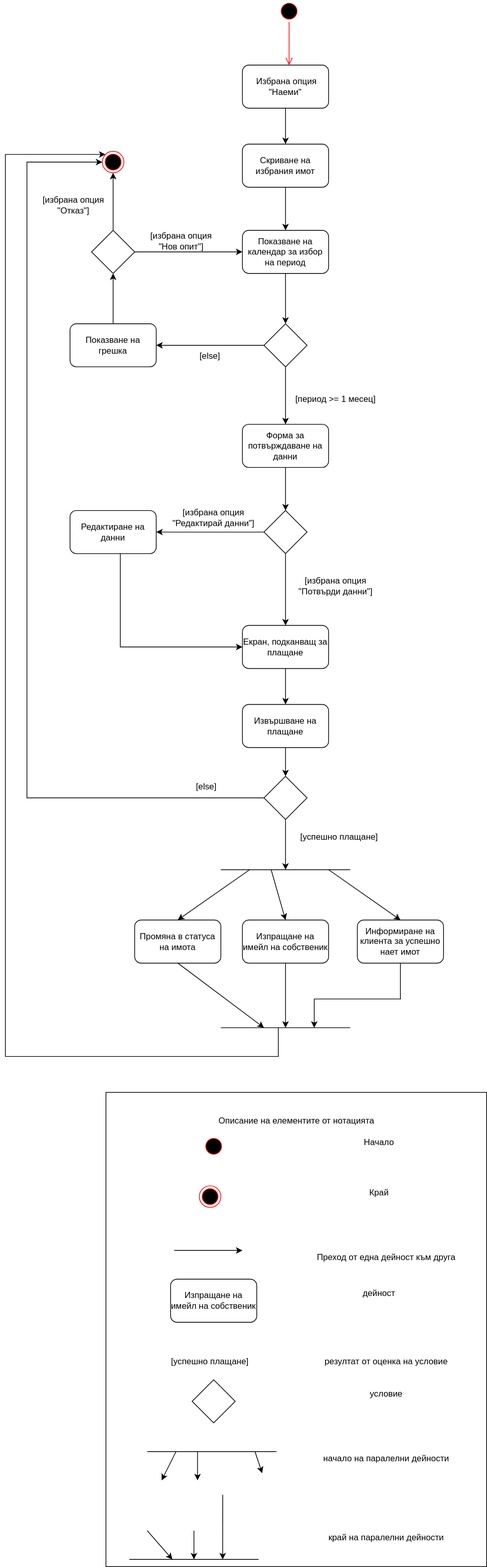
SimeonHristov99/FMI_Graduation_Exams_Information_Systems keeps this draw.io diagram as 2019_July/task6_b.svg. Above is the earlier version. Source tidied: cells renumbered, new cells last; positions are measured from the earlier drawing's top-left corner, leaving out a move shared by most shapes.
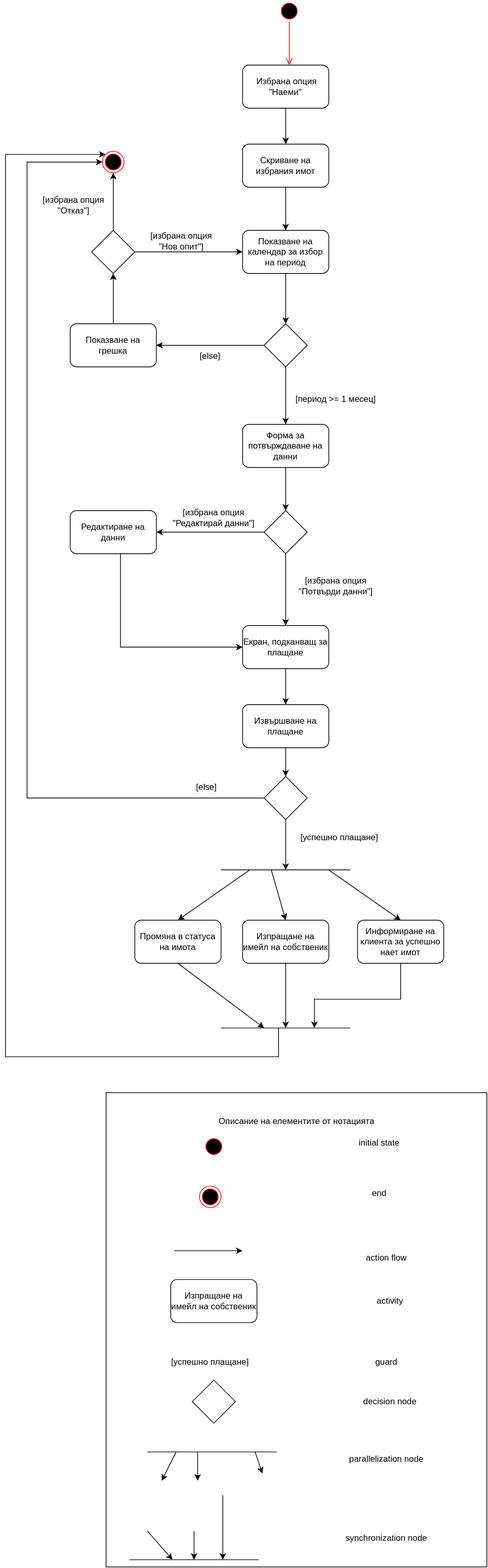
The same diagram one commit later.

Commit message:
Correct based on feedback.

Change to the diagram source:
```diff
@@ -208,13 +208,13 @@
     <mxCell id="55" style="ellipse;html=1;shape=startState;fillColor=#000000;strokeColor=#ff0000;" parent="1" vertex="1">
       <mxGeometry x="275" y="1580" width="30" height="30" as="geometry" />
     </mxCell>
-    <mxCell id="56" value="Начало" style="text;html=1;align=center;verticalAlign=middle;strokeColor=none;fillColor=none;" parent="1" vertex="1">
-      <mxGeometry x="490" y="1580" width="60" height="20" as="geometry" />
+    <mxCell id="56" value="initial state" style="text;html=1;align=center;verticalAlign=middle;strokeColor=none;fillColor=none;" parent="1" vertex="1">
+      <mxGeometry x="485" y="1580" width="70" height="20" as="geometry" />
     </mxCell>
     <mxCell id="57" style="ellipse;html=1;shape=endState;fillColor=#000000;strokeColor=#ff0000;" parent="1" vertex="1">
       <mxGeometry x="270" y="1650" width="30" height="30" as="geometry" />
     </mxCell>
-    <mxCell id="58" value="Край" style="text;html=1;align=center;verticalAlign=middle;strokeColor=none;fillColor=none;" parent="1" vertex="1">
+    <mxCell id="58" value="end" style="text;html=1;align=center;verticalAlign=middle;strokeColor=none;fillColor=none;" parent="1" vertex="1">
       <mxGeometry x="500" y="1650" width="40" height="20" as="geometry" />
     </mxCell>
     <mxCell id="59" style="endArrow=classic;html=1;rounded=0;" parent="1" edge="1">
@@ -223,20 +223,20 @@
         <mxPoint x="330" y="1740" as="targetPoint" />
       </mxGeometry>
     </mxCell>
-    <mxCell id="60" value="Преход от една дейност към друга" style="text;html=1;align=center;verticalAlign=middle;strokeColor=none;fillColor=none;" parent="1" vertex="1">
-      <mxGeometry x="425" y="1740" width="210" height="20" as="geometry" />
+    <mxCell id="60" value="action flow" style="text;html=1;align=center;verticalAlign=middle;strokeColor=none;fillColor=none;" parent="1" vertex="1">
+      <mxGeometry x="495" y="1740" width="70" height="20" as="geometry" />
     </mxCell>
     <mxCell id="61" value="Изпращане на имейл на собственик" style="rounded=1;whiteSpace=wrap;html=1;" parent="1" vertex="1">
       <mxGeometry x="230" y="1780" width="120" height="60" as="geometry" />
     </mxCell>
-    <mxCell id="62" value="дейност" style="text;html=1;align=center;verticalAlign=middle;strokeColor=none;fillColor=none;" parent="1" vertex="1">
-      <mxGeometry x="490" y="1790" width="60" height="20" as="geometry" />
+    <mxCell id="62" value="activity" style="text;html=1;align=center;verticalAlign=middle;strokeColor=none;fillColor=none;" parent="1" vertex="1">
+      <mxGeometry x="510" y="1800" width="50" height="20" as="geometry" />
     </mxCell>
     <mxCell id="63" style="rhombus;whiteSpace=wrap;html=1;" parent="1" vertex="1">
       <mxGeometry x="260" y="1920" width="60" height="60" as="geometry" />
     </mxCell>
-    <mxCell id="64" value="условие" style="text;html=1;align=center;verticalAlign=middle;strokeColor=none;fillColor=none;" parent="1" vertex="1">
-      <mxGeometry x="500" y="1930" width="60" height="20" as="geometry" />
+    <mxCell id="64" value="decision node" style="text;html=1;align=center;verticalAlign=middle;strokeColor=none;fillColor=none;" parent="1" vertex="1">
+      <mxGeometry x="490" y="1940" width="90" height="20" as="geometry" />
     </mxCell>
     <mxCell id="65" style="endArrow=none;html=1;rounded=0;" parent="1" edge="1">
       <mxGeometry relative="1" as="geometry">
@@ -262,8 +262,8 @@
         <mxPoint x="357.5" y="2050" as="targetPoint" />
       </mxGeometry>
     </mxCell>
-    <mxCell id="69" value="начало на паралелни дейности" style="text;html=1;align=center;verticalAlign=middle;strokeColor=none;fillColor=none;" parent="1" vertex="1">
-      <mxGeometry x="435" y="2020" width="190" height="20" as="geometry" />
+    <mxCell id="69" value="parallelization node" style="text;html=1;align=center;verticalAlign=middle;strokeColor=none;fillColor=none;" parent="1" vertex="1">
+      <mxGeometry x="470" y="2020" width="120" height="20" as="geometry" />
     </mxCell>
     <mxCell id="70" style="edgeStyle=orthogonalEdgeStyle;rounded=0;orthogonalLoop=1;jettySize=auto;html=1;" parent="1" edge="1">
       <mxGeometry relative="1" as="geometry">
@@ -292,14 +292,14 @@
         <mxPoint x="232.5" y="2170" as="targetPoint" />
       </mxGeometry>
     </mxCell>
-    <mxCell id="74" value="край на паралелни дейности" style="text;html=1;align=center;verticalAlign=middle;strokeColor=none;fillColor=none;" parent="1" vertex="1">
-      <mxGeometry x="440" y="2130" width="180" height="20" as="geometry" />
+    <mxCell id="74" value="synchronization node" style="text;html=1;align=center;verticalAlign=middle;strokeColor=none;fillColor=none;" parent="1" vertex="1">
+      <mxGeometry x="465" y="2130" width="130" height="20" as="geometry" />
     </mxCell>
     <mxCell id="75" value="[успешно плащане]" style="text;html=1;strokeColor=none;fillColor=none;align=center;verticalAlign=middle;whiteSpace=wrap;rounded=0;" parent="1" vertex="1">
       <mxGeometry x="220" y="1880" width="130" height="30" as="geometry" />
     </mxCell>
-    <mxCell id="76" value="резултат от оценка на условие" style="text;html=1;align=center;verticalAlign=middle;strokeColor=none;fillColor=none;" parent="1" vertex="1">
-      <mxGeometry x="435" y="1885" width="190" height="20" as="geometry" />
+    <mxCell id="76" value="guard" style="text;html=1;align=center;verticalAlign=middle;strokeColor=none;fillColor=none;" parent="1" vertex="1">
+      <mxGeometry x="505" y="1885" width="50" height="20" as="geometry" />
     </mxCell>
   </root>
 </mxGraphModel>
```
